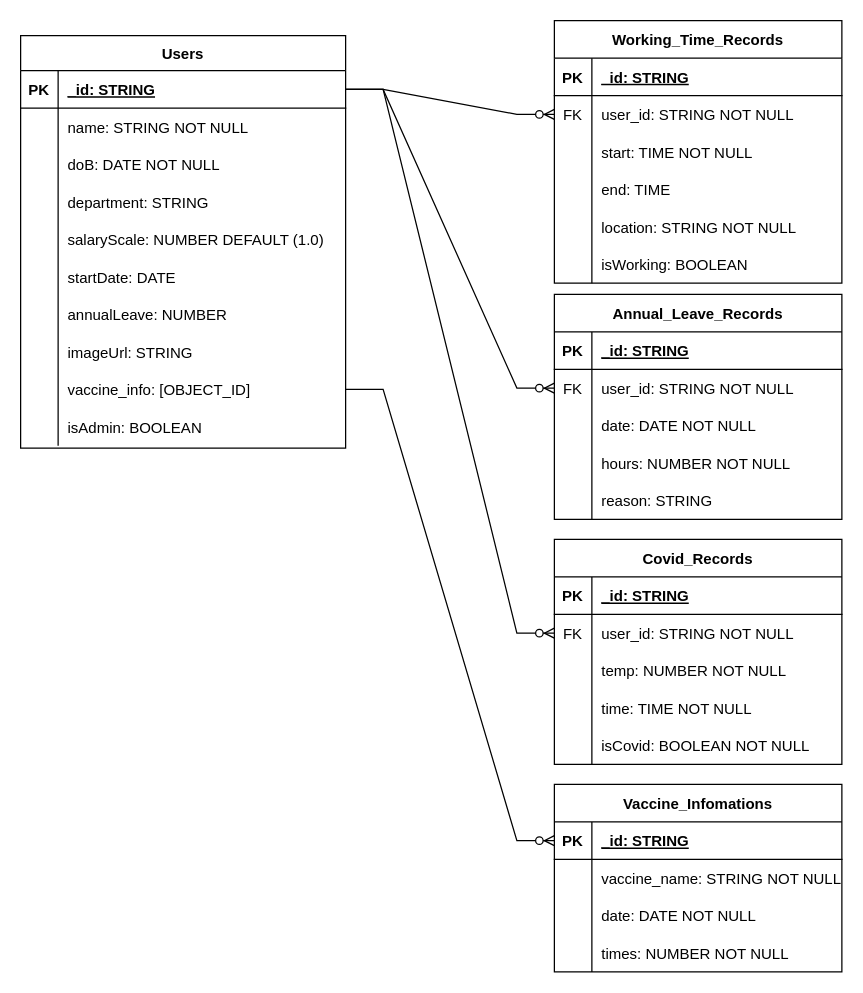
Above: EDR.drawio in shineofichi/StaffsManager (draw.io), before the change. Source tidied: cells renumbered, new cells numbered last; positions are measured from the earlier drawing's top-left corner, leaving out a move shared by most shapes. Both pictures are drawn from the tidied source at 125%, with x=0, y=0 at pixel (20, 20).
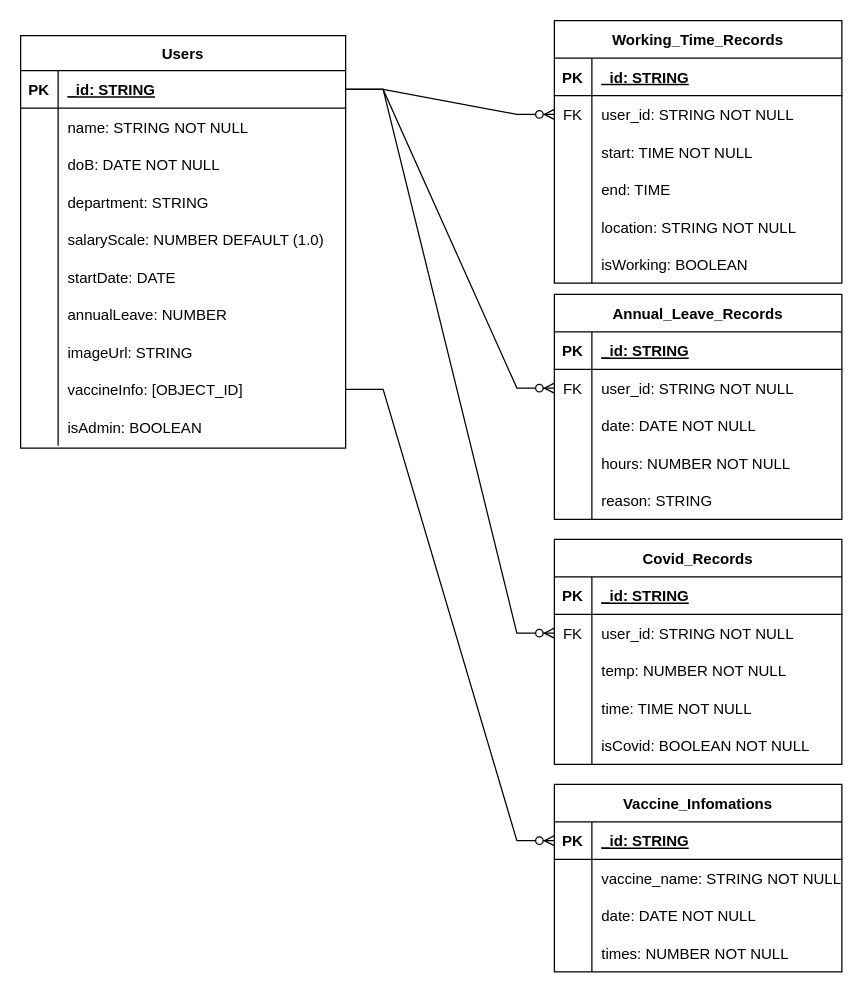
The same page after the edit.

The change refers to these unchanged cells:
```xml
<mxCell id="27" style="shape=tableRow;horizontal=0;startSize=0;swimlaneHead=0;swimlaneBody=0;fillColor=none;points=[[0,0.5],[1,0.5]];portConstraint=eastwest;top=0;left=0;right=0;bottom=0;" parent="2" vertex="1">
  <mxGeometry y="268" width="260" height="30" as="geometry" />
</mxCell>
```

Diff of the diagram source:
```diff
@@
-    <mxCell id="29" value="vaccine_info: [OBJECT_ID]" style="shape=partialRectangle;fillColor=none;top=0;left=0;bottom=0;right=0;align=left;spacingLeft=6;overflow=hidden;" parent="27" vertex="1">
+    <mxCell id="29" value="vaccineInfo: [OBJECT_ID]" style="shape=partialRectangle;fillColor=none;top=0;left=0;bottom=0;right=0;align=left;spacingLeft=6;overflow=hidden;" parent="27" vertex="1">
       <mxGeometry x="30" width="230" height="30" as="geometry" />
     </mxCell>
```
